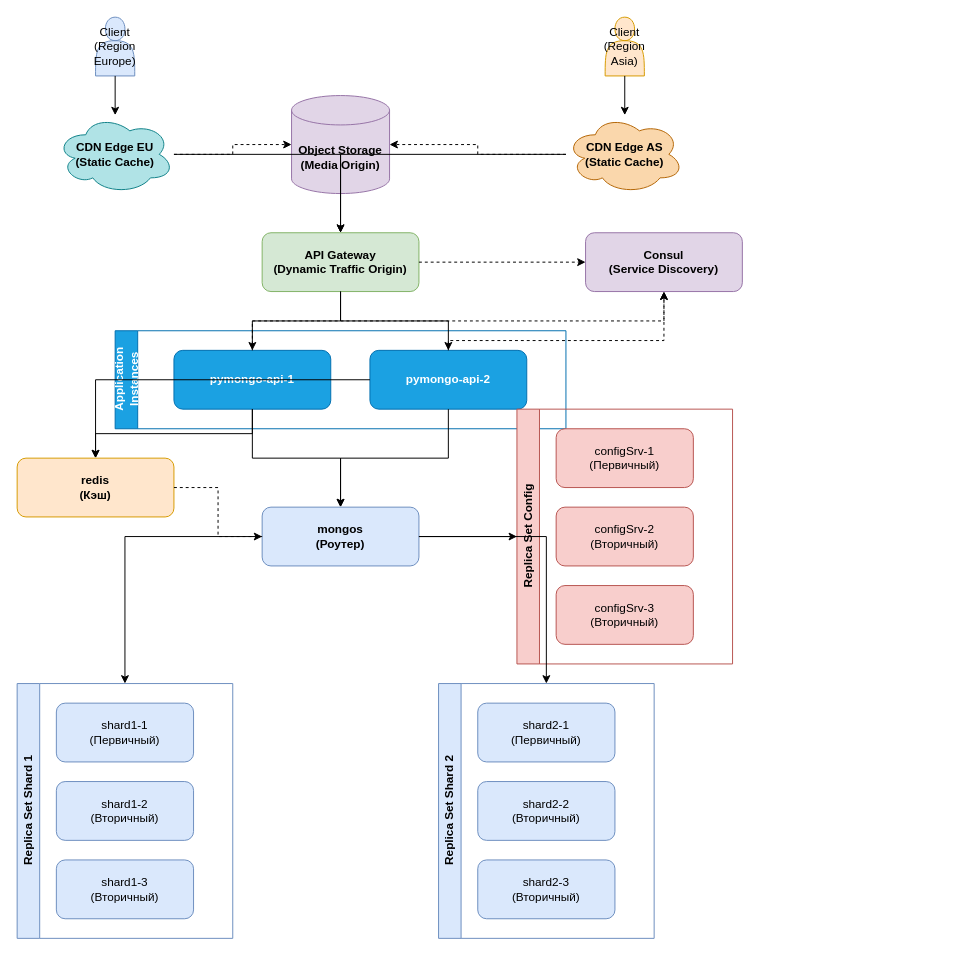
Earlier version of the draw.io diagram page "5. CDN" (5 of 5) of diagrams/task1.drawio (akrasnikov-practicum-yandex/architecture-black_friday). Source tidied: cells renumbered, new cells numbered last; positions are measured from the earlier drawing's top-left corner, leaving out a move shared by most shapes. Both pictures are drawn from the tidied source at 98%, with x=0, y=0 at pixel (17, 17).
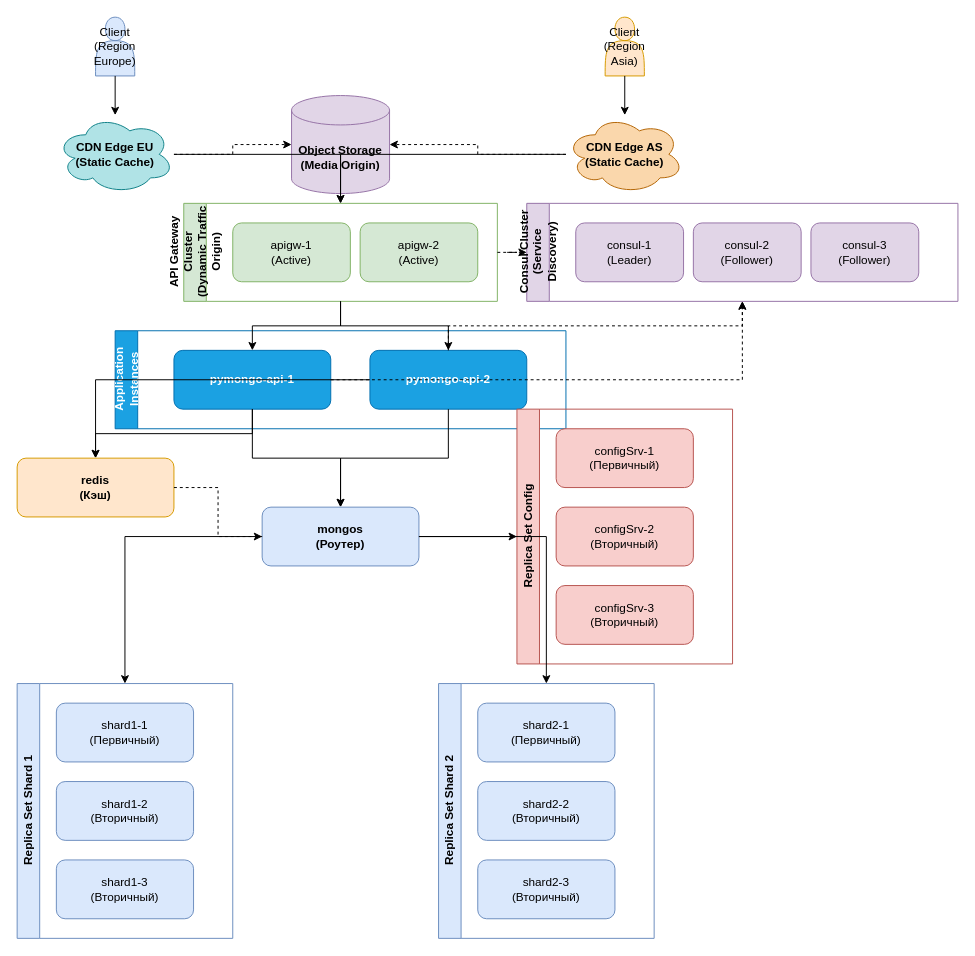
Above is the later version.

Unchanged cells that the change refers to:
```xml
<mxCell id="4" value="CDN Edge EU&lt;br&gt;(Static Cache)" style="ellipse;shape=cloud;whiteSpace=wrap;html=1;fillColor=#b0e3e6;strokeColor=#0e8088;fontStyle=1;" parent="1" vertex="1">
  <mxGeometry x="40" y="100" width="120" height="80" as="geometry" />
</mxCell>
<mxCell id="5" value="CDN Edge AS&lt;br&gt;(Static Cache)" style="ellipse;shape=cloud;whiteSpace=wrap;html=1;fillColor=#fad7ac;strokeColor=#b46504;fontStyle=1;" parent="1" vertex="1">
  <mxGeometry x="560" y="100" width="120" height="80" as="geometry" />
</mxCell>
<mxCell id="10" value="pymongo-api-1" style="rounded=1;whiteSpace=wrap;html=1;fillColor=#1ba1e2;fontColor=#ffffff;strokeColor=#006EAF;fontStyle=1;" parent="9" vertex="1">
  <mxGeometry x="60" y="20" width="160" height="60" as="geometry" />
</mxCell>
<mxCell id="11" value="pymongo-api-2" style="rounded=1;whiteSpace=wrap;html=1;fillColor=#1ba1e2;fontColor=#ffffff;strokeColor=#006EAF;fontStyle=1;" parent="9" vertex="1">
  <mxGeometry x="260" y="20" width="160" height="60" as="geometry" />
</mxCell>
```

What changed in the source:
```diff
@@
-    <mxCell id="7" value="API Gateway&lt;br&gt;(Dynamic Traffic Origin)" style="rounded=1;whiteSpace=wrap;html=1;fillColor=#d5e8d4;strokeColor=#82b366;fontStyle=1;fontColor=#000000;" parent="1" vertex="1">
-      <mxGeometry x="250" y="220" width="160" height="60" as="geometry" />
-    </mxCell>
-    <mxCell id="8" value="Consul&lt;br&gt;(Service Discovery)" style="rounded=1;whiteSpace=wrap;html=1;fillColor=#e1d5e7;strokeColor=#9673a6;fontStyle=1;fontColor=#000000;" parent="1" vertex="1">
-      <mxGeometry x="580" y="220" width="160" height="60" as="geometry" />
-    </mxCell>
+    <mxCell id="45" value="API Gateway Cluster&lt;br&gt;(Dynamic Traffic Origin)" style="swimlane;horizontal=0;whiteSpace=wrap;html=1;fillColor=#d5e8d4;strokeColor=#82b366;fontStyle=1;fontColor=#000000;" parent="1" vertex="1">
+      <mxGeometry x="170" y="190" width="320" height="100" as="geometry" />
+    </mxCell>
+    <mxCell id="46" value="apigw-1&lt;br&gt;(Active)" style="rounded=1;whiteSpace=wrap;html=1;fillColor=#d5e8d4;strokeColor=#82b366;" parent="45" vertex="1">
+      <mxGeometry x="50" y="20" width="120" height="60" as="geometry" />
+    </mxCell>
+    <mxCell id="47" value="apigw-2&lt;br&gt;(Active)" style="rounded=1;whiteSpace=wrap;html=1;fillColor=#d5e8d4;strokeColor=#82b366;" parent="45" vertex="1">
+      <mxGeometry x="180" y="20" width="120" height="60" as="geometry" />
+    </mxCell>
+    <mxCell id="48" value="Consul Cluster&lt;br&gt;(Service Discovery)" style="swimlane;horizontal=0;whiteSpace=wrap;html=1;fillColor=#e1d5e7;strokeColor=#9673a6;fontStyle=1;fontColor=#000000;" parent="1" vertex="1">
+      <mxGeometry x="520" y="190" width="440" height="100" as="geometry" />
+    </mxCell>
+    <mxCell id="49" value="consul-1&lt;br&gt;(Leader)" style="rounded=1;whiteSpace=wrap;html=1;fillColor=#e1d5e7;strokeColor=#9673a6;" parent="48" vertex="1">
+      <mxGeometry x="50" y="20" width="110" height="60" as="geometry" />
+    </mxCell>
+    <mxCell id="50" value="consul-2&lt;br&gt;(Follower)" style="rounded=1;whiteSpace=wrap;html=1;fillColor=#e1d5e7;strokeColor=#9673a6;" parent="48" vertex="1">
+      <mxGeometry x="170" y="20" width="110" height="60" as="geometry" />
+    </mxCell>
+    <mxCell id="51" value="consul-3&lt;br&gt;(Follower)" style="rounded=1;whiteSpace=wrap;html=1;fillColor=#e1d5e7;strokeColor=#9673a6;" parent="48" vertex="1">
+      <mxGeometry x="290" y="20" width="110" height="60" as="geometry" />
+    </mxCell>
@@
-    <mxCell id="30" style="edgeStyle=orthogonalEdgeStyle;rounded=0;jettySize=auto;html=1;" parent="1" edge="1" source="4" target="7">
+    <mxCell id="30" style="edgeStyle=orthogonalEdgeStyle;rounded=0;jettySize=auto;html=1;" parent="1" edge="1" source="4" target="45">
       <mxGeometry relative="1" as="geometry" />
     </mxCell>
-    <mxCell id="31" style="edgeStyle=orthogonalEdgeStyle;rounded=0;jettySize=auto;html=1;" parent="1" edge="1" source="5" target="7">
+    <mxCell id="31" style="edgeStyle=orthogonalEdgeStyle;rounded=0;jettySize=auto;html=1;" parent="1" edge="1" source="5" target="45">
       <mxGeometry relative="1" as="geometry" />
     </mxCell>
-    <mxCell id="32" style="edgeStyle=orthogonalEdgeStyle;rounded=0;jettySize=auto;html=1;" parent="1" edge="1" source="7" target="10">
+    <mxCell id="32" style="edgeStyle=orthogonalEdgeStyle;rounded=0;jettySize=auto;html=1;" parent="1" edge="1" source="45" target="10">
       <mxGeometry relative="1" as="geometry" />
     </mxCell>
-    <mxCell id="33" style="edgeStyle=orthogonalEdgeStyle;rounded=0;jettySize=auto;html=1;" parent="1" edge="1" source="7" target="11">
+    <mxCell id="33" style="edgeStyle=orthogonalEdgeStyle;rounded=0;jettySize=auto;html=1;" parent="1" edge="1" source="45" target="11">
       <mxGeometry relative="1" as="geometry" />
     </mxCell>
-    <mxCell id="34" style="edgeStyle=orthogonalEdgeStyle;rounded=0;jettySize=auto;html=1;dashed=1;" parent="1" edge="1" source="7" target="8">
+    <mxCell id="34" style="edgeStyle=orthogonalEdgeStyle;rounded=0;jettySize=auto;html=1;dashed=1;" parent="1" edge="1" source="45" target="48">
       <mxGeometry relative="1" as="geometry" />
     </mxCell>
-    <mxCell id="35" style="edgeStyle=orthogonalEdgeStyle;rounded=0;jettySize=auto;html=1;dashed=1;" parent="1" edge="1" source="10" target="8">
-      <mxGeometry relative="1" as="geometry">
-        <Array as="points">
-          <mxPoint x="240" y="310" />
-          <mxPoint x="660" y="310" />
-        </Array>
-      </mxGeometry>
+    <mxCell id="35" style="edgeStyle=orthogonalEdgeStyle;rounded=0;jettySize=auto;html=1;dashed=1;" parent="1" edge="1" source="10" target="48">
+      <mxGeometry relative="1" as="geometry" />
     </mxCell>
-    <mxCell id="36" style="edgeStyle=orthogonalEdgeStyle;rounded=0;jettySize=auto;html=1;dashed=1;" parent="1" edge="1" source="11" target="8">
-      <mxGeometry relative="1" as="geometry">
-        <Array as="points">
-          <mxPoint x="440" y="330" />
-          <mxPoint x="660" y="330" />
-        </Array>
-      </mxGeometry>
+    <mxCell id="36" style="edgeStyle=orthogonalEdgeStyle;rounded=0;jettySize=auto;html=1;dashed=1;" parent="1" edge="1" source="11" target="48">
+      <mxGeometry relative="1" as="geometry" />
     </mxCell>
```
